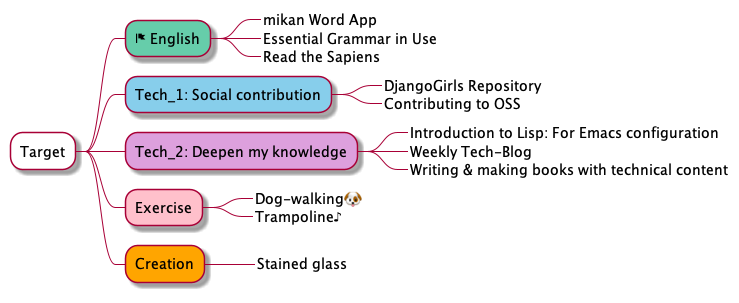
This is test.png from Ishizuka427/MindMap, a PlantUML export, as it was before one commit.
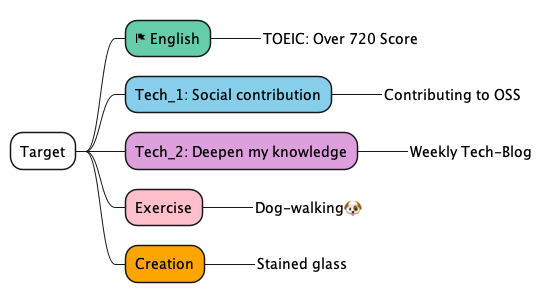
After the change.

Diff of the diagram source:
```diff
@@ -1,19 +1,13 @@
 @startmindmap
 *[#white] Target
 **[#mediumaquamarine] <&flag> English
-***_ mikan Word App
-***_ Essential Grammar in Use
-***_ Read the Sapiens
+***_ TOEIC: Over 720 Score
 **[#skyblue] Tech_1: Social contribution
-***_ DjangoGirls Repository
 ***_ Contributing to OSS
 **[#plum] Tech_2: Deepen my knowledge
-***_ Introduction to Lisp: For Emacs configuration
 ***_ Weekly Tech-Blog
-***_ Writing & making books with technical content
 **[#pink] Exercise
 ***_ Dog-walking🐶
-***_ Trampoline♪
 **[#orange] Creation
 ***_ Stained glass
 @endmindmap
```
